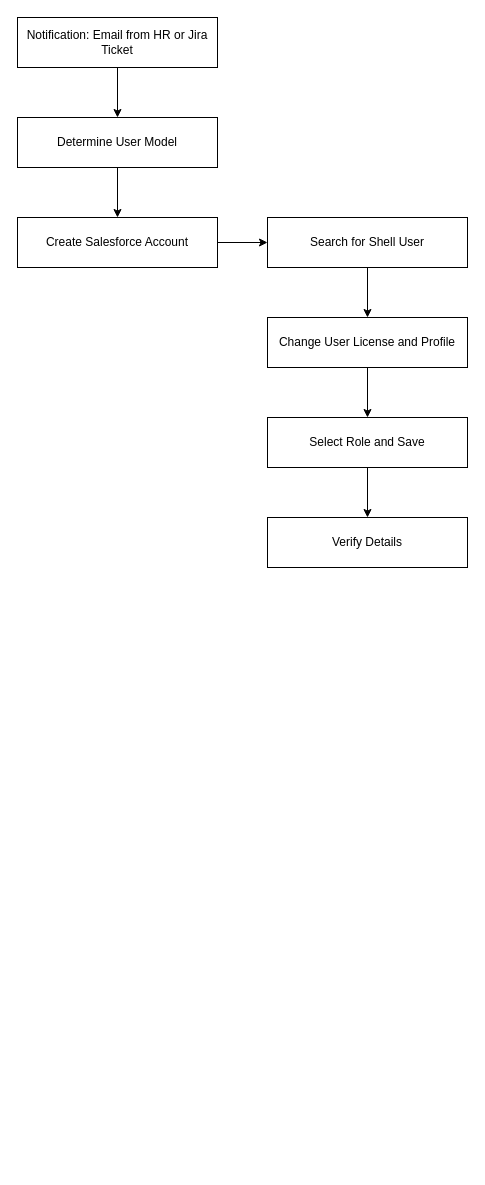
Above: drawioTest.drawio in SamOfAllTrades/scratch (draw.io), before the change. Source tidied: cells renumbered, new cells numbered last; positions are measured from the earlier drawing's top-left corner, leaving out a move shared by most shapes. Both pictures are drawn from the tidied source at 100%, with x=0, y=0 at pixel (17, 17).
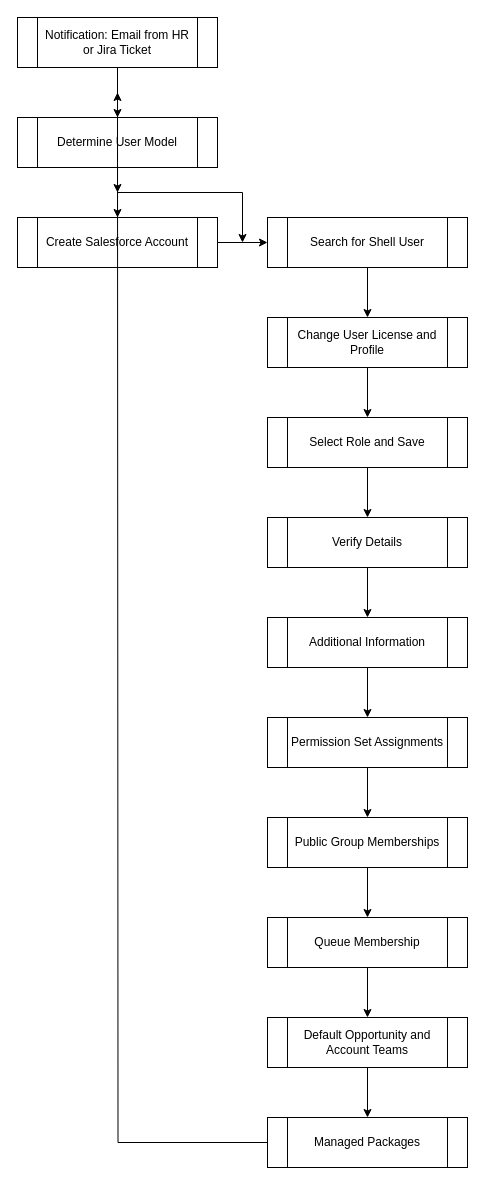
Above is the later version.

Diff of the diagram source:
```diff
@@
-    <mxCell id="2" value="Notification: Email from HR or Jira Ticket" style="shape=rectangle;whiteSpace=wrap;html=1;" parent="1" vertex="1">
+    <mxCell id="2" value="Notification: Email from HR or Jira Ticket" style="shape=process;whiteSpace=wrap;html=1;" parent="1" vertex="1">
       <mxGeometry width="200" height="50" as="geometry" />
     </mxCell>
-    <mxCell id="3" value="Determine User Model" style="shape=rectangle;whiteSpace=wrap;html=1;" parent="1" vertex="1">
+    <mxCell id="3" value="Determine User Model" style="shape=process;whiteSpace=wrap;html=1;" parent="1" vertex="1">
       <mxGeometry y="100" width="200" height="50" as="geometry" />
     </mxCell>
-    <mxCell id="4" value="Create Salesforce Account" style="shape=rectangle;whiteSpace=wrap;html=1;" parent="1" vertex="1">
+    <mxCell id="4" value="Create Salesforce Account" style="shape=process;whiteSpace=wrap;html=1;" parent="1" vertex="1">
       <mxGeometry y="200" width="200" height="50" as="geometry" />
     </mxCell>
-    <mxCell id="5" value="Search for Shell User" style="shape=rectangle;whiteSpace=wrap;html=1;" parent="1" vertex="1">
+    <mxCell id="5" value="Search for Shell User" style="shape=process;whiteSpace=wrap;html=1;" parent="1" vertex="1">
       <mxGeometry x="250" y="200" width="200" height="50" as="geometry" />
     </mxCell>
-    <mxCell id="6" value="Change User License and Profile" style="shape=rectangle;whiteSpace=wrap;html=1;" parent="1" vertex="1">
+    <mxCell id="6" value="Change User License and Profile" style="shape=process;whiteSpace=wrap;html=1;" parent="1" vertex="1">
       <mxGeometry x="250" y="300" width="200" height="50" as="geometry" />
     </mxCell>
-    <mxCell id="7" value="Select Role and Save" style="shape=rectangle;whiteSpace=wrap;html=1;" parent="1" vertex="1">
+    <mxCell id="7" value="Select Role and Save" style="shape=process;whiteSpace=wrap;html=1;" parent="1" vertex="1">
       <mxGeometry x="250" y="400" width="200" height="50" as="geometry" />
     </mxCell>
-    <mxCell id="8" value="Verify Details" style="shape=rectangle;whiteSpace=wrap;html=1;" parent="1" vertex="1">
+    <mxCell id="8" value="Verify Details" style="shape=process;whiteSpace=wrap;html=1;" parent="1" vertex="1">
       <mxGeometry x="250" y="500" width="200" height="50" as="geometry" />
     </mxCell>
-    <mxCell id="9" style="edgeStyle=orthogonalEdgeStyle;rounded=0;" parent="1" edge="1" source="2" target="3">
-      <mxGeometry relative="1" as="geometry" />
+    <mxCell id="9" value="Additional Information" style="shape=process;whiteSpace=wrap;html=1;" parent="1" vertex="1">
+      <mxGeometry x="250" y="600" width="200" height="50" as="geometry" />
     </mxCell>
-    <mxCell id="10" style="edgeStyle=orthogonalEdgeStyle;rounded=0;" parent="1" edge="1" source="3" target="4">
-      <mxGeometry relative="1" as="geometry" />
+    <mxCell id="10" value="Permission Set Assignments" style="shape=process;whiteSpace=wrap;html=1;" parent="1" vertex="1">
+      <mxGeometry x="250" y="700" width="200" height="50" as="geometry" />
     </mxCell>
-    <mxCell id="11" style="edgeStyle=orthogonalEdgeStyle;rounded=0;" parent="1" edge="1" source="4" target="5">
-      <mxGeometry relative="1" as="geometry" />
+    <mxCell id="11" value="Public Group Memberships" style="shape=process;whiteSpace=wrap;html=1;" parent="1" vertex="1">
+      <mxGeometry x="250" y="800" width="200" height="50" as="geometry" />
     </mxCell>
-    <mxCell id="12" style="edgeStyle=orthogonalEdgeStyle;rounded=0;" parent="1" edge="1" source="5" target="6">
-      <mxGeometry relative="1" as="geometry" />
+    <mxCell id="12" value="Queue Membership" style="shape=process;whiteSpace=wrap;html=1;" parent="1" vertex="1">
+      <mxGeometry x="250" y="900" width="200" height="50" as="geometry" />
     </mxCell>
-    <mxCell id="13" style="edgeStyle=orthogonalEdgeStyle;rounded=0;" parent="1" edge="1" source="6" target="7">
-      <mxGeometry relative="1" as="geometry" />
+    <mxCell id="13" value="Default Opportunity and Account Teams" style="shape=process;whiteSpace=wrap;html=1;" parent="1" vertex="1">
+      <mxGeometry x="250" y="1000" width="200" height="50" as="geometry" />
     </mxCell>
-    <mxCell id="14" style="edgeStyle=orthogonalEdgeStyle;rounded=0;" parent="1" edge="1" source="7" target="8">
-      <mxGeometry relative="1" as="geometry" />
+    <mxCell id="14" value="Managed Packages" style="shape=process;whiteSpace=wrap;html=1;" parent="1" vertex="1">
+      <mxGeometry x="250" y="1100" width="200" height="50" as="geometry" />
     </mxCell>
+    <mxCell id="15" style="edgeStyle=orthogonalEdgeStyle;rounded=0;" parent="1" edge="1" source="2" target="3">
+      <mxGeometry relative="1" as="geometry" />
+    </mxCell>
+    <mxCell id="16" style="edgeStyle=orthogonalEdgeStyle;rounded=0;" parent="1" edge="1" source="3" target="4">
+      <mxGeometry relative="1" as="geometry" />
+    </mxCell>
+    <mxCell id="17" style="edgeStyle=orthogonalEdgeStyle;rounded=0;" parent="1" edge="1" source="4" target="5">
+      <mxGeometry relative="1" as="geometry" />
+    </mxCell>
+    <mxCell id="18" style="edgeStyle=orthogonalEdgeStyle;rounded=0;" parent="1" edge="1" source="5" target="6">
+      <mxGeometry relative="1" as="geometry" />
+    </mxCell>
+    <mxCell id="19" style="edgeStyle=orthogonalEdgeStyle;rounded=0;" parent="1" edge="1" source="6" target="7">
+      <mxGeometry relative="1" as="geometry" />
+    </mxCell>
+    <mxCell id="20" style="edgeStyle=orthogonalEdgeStyle;rounded=0;" parent="1" edge="1" source="7" target="8">
+      <mxGeometry relative="1" as="geometry" />
+    </mxCell>
+    <mxCell id="21" style="edgeStyle=orthogonalEdgeStyle;rounded=0;" parent="1" edge="1" source="8" target="9">
+      <mxGeometry relative="1" as="geometry" />
+    </mxCell>
+    <mxCell id="22" style="edgeStyle=orthogonalEdgeStyle;rounded=0;" parent="1" edge="1" source="9" target="10">
+      <mxGeometry relative="1" as="geometry" />
+    </mxCell>
+    <mxCell id="23" style="edgeStyle=orthogonalEdgeStyle;rounded=0;" parent="1" edge="1" source="10" target="11">
+      <mxGeometry relative="1" as="geometry" />
+    </mxCell>
+    <mxCell id="24" style="edgeStyle=orthogonalEdgeStyle;rounded=0;" parent="1" edge="1" source="11" target="12">
+      <mxGeometry relative="1" as="geometry" />
+    </mxCell>
+    <mxCell id="25" style="edgeStyle=orthogonalEdgeStyle;rounded=0;" parent="1" edge="1" source="12" target="13">
+      <mxGeometry relative="1" as="geometry" />
+    </mxCell>
+    <mxCell id="26" style="edgeStyle=orthogonalEdgeStyle;rounded=0;" parent="1" edge="1" source="13" target="14">
+      <mxGeometry relative="1" as="geometry" />
+    </mxCell>
+    <mxCell id="27" style="edgeStyle=orthogonalEdgeStyle;rounded=0;" parent="1" edge="1" source="14" target="15">
+      <mxGeometry relative="1" as="geometry" />
+    </mxCell>
+    <mxCell id="28" style="edgeStyle=orthogonalEdgeStyle;rounded=0;" parent="1" edge="1" source="15" target="16">
+      <mxGeometry relative="1" as="geometry" />
+    </mxCell>
+    <mxCell id="29" style="edgeStyle=orthogonalEdgeStyle;rounded=0;" parent="1" edge="1" source="16" target="17">
+      <mxGeometry relative="1" as="geometry" />
+    </mxCell>
```
